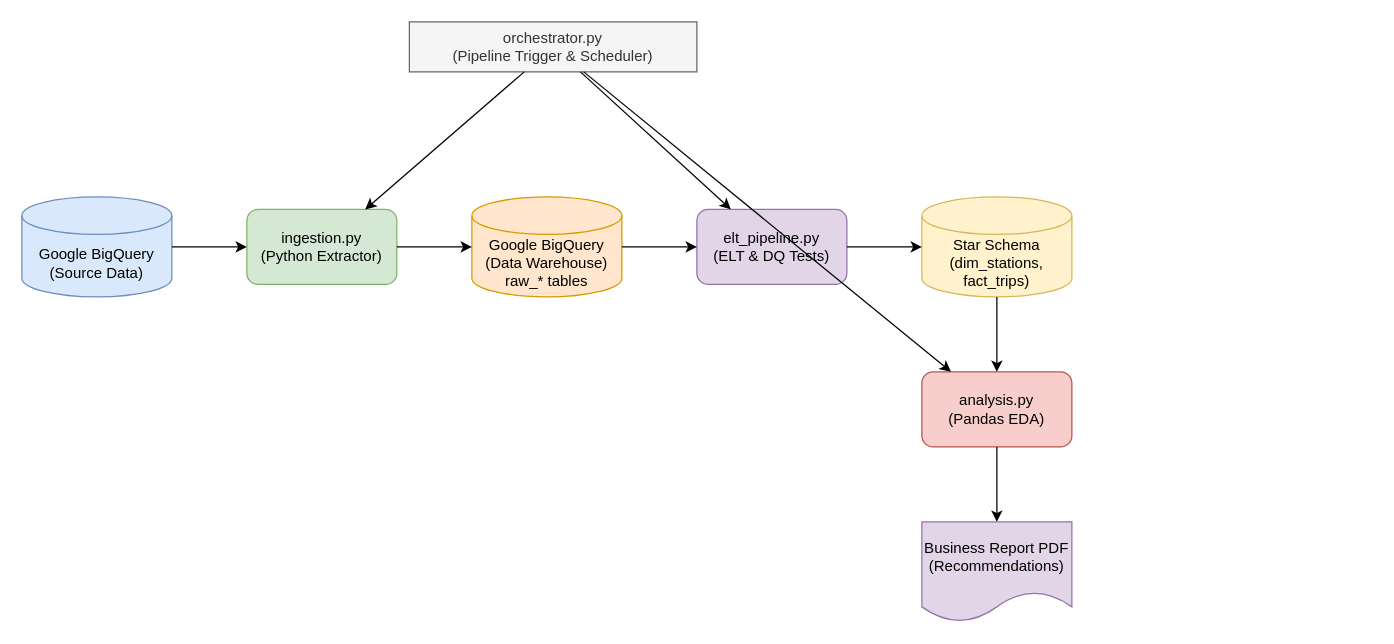
Above: pipeline_architecture.drawio in hengds2f/london_bicycles_pipeline (draw.io), before the change. Source tidied: cells renumbered, new cells numbered last; positions are measured from the earlier drawing's top-left corner, leaving out a move shared by most shapes. Both pictures are drawn from the tidied source at 125%, with x=0, y=0 at pixel (21, 21).
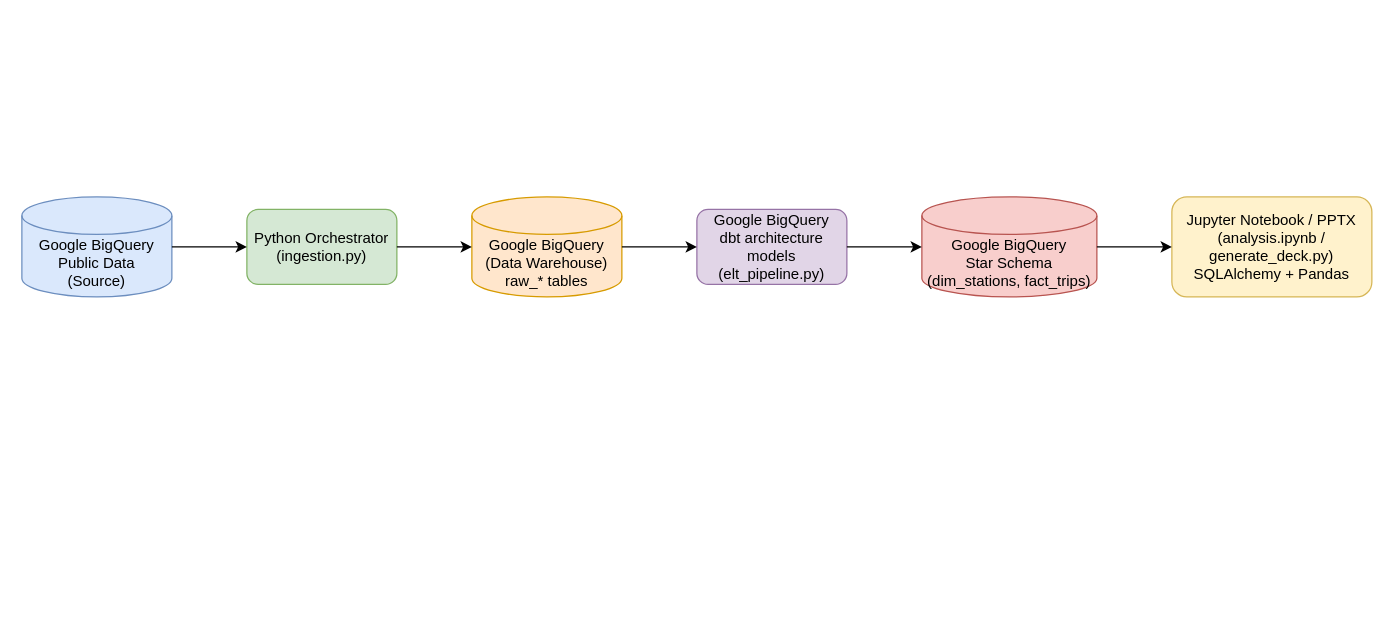
After the change.

Diff of the diagram source:
```diff
@@
 <mxGraphModel>
   <root>
     <mxCell id="0" />
     <mxCell id="1" parent="0" />
-    <mxCell id="2" value="Google BigQuery&#10;(Source Data)" style="shape=cylinder3;whiteSpace=wrap;html=1;boundedLbl=1;backgroundOutline=1;size=15;fillColor=#dae8fc;strokeColor=#6c8ebf;" parent="1" vertex="1">
+    <mxCell id="2" value="Google BigQuery&#10;Public Data&#10;(Source)" style="shape=cylinder3;whiteSpace=wrap;html=1;boundedLbl=1;backgroundOutline=1;size=15;fillColor=#dae8fc;strokeColor=#6c8ebf;" parent="1" vertex="1">
       <mxGeometry y="140" width="120" height="80" as="geometry" />
     </mxCell>
-    <mxCell id="3" value="ingestion.py&#10;(Python Extractor)" style="rounded=1;whiteSpace=wrap;html=1;fillColor=#d5e8d4;strokeColor=#82b366;" parent="1" vertex="1">
+    <mxCell id="3" value="Python Orchestrator&#10;(ingestion.py)" style="rounded=1;whiteSpace=wrap;html=1;fillColor=#d5e8d4;strokeColor=#82b366;" parent="1" vertex="1">
       <mxGeometry x="180" y="150" width="120" height="60" as="geometry" />
     </mxCell>
     <mxCell id="4" value="Google BigQuery&#10;(Data Warehouse)&#10;raw_* tables" style="shape=cylinder3;whiteSpace=wrap;html=1;boundedLbl=1;backgroundOutline=1;size=15;fillColor=#ffe6cc;strokeColor=#d79b00;" parent="1" vertex="1">
       <mxGeometry x="360" y="140" width="120" height="80" as="geometry" />
     </mxCell>
-    <mxCell id="5" value="elt_pipeline.py&#10;(ELT &amp; DQ Tests)" style="rounded=1;whiteSpace=wrap;html=1;fillColor=#e1d5e7;strokeColor=#9673a6;" parent="1" vertex="1">
+    <mxCell id="5" value="Google BigQuery&#10;dbt architecture models&#10;(elt_pipeline.py)" style="rounded=1;whiteSpace=wrap;html=1;fillColor=#e1d5e7;strokeColor=#9673a6;" parent="1" vertex="1">
       <mxGeometry x="540" y="150" width="120" height="60" as="geometry" />
     </mxCell>
-    <mxCell id="6" value="Star Schema&#10;(dim_stations, fact_trips)" style="shape=cylinder3;whiteSpace=wrap;html=1;boundedLbl=1;backgroundOutline=1;size=15;fillColor=#fff2cc;strokeColor=#d6b656;" parent="1" vertex="1">
-      <mxGeometry x="720" y="140" width="120" height="80" as="geometry" />
+    <mxCell id="6" value="Google BigQuery&#10;Star Schema&#10;(dim_stations, fact_trips)" style="shape=cylinder3;whiteSpace=wrap;html=1;boundedLbl=1;backgroundOutline=1;size=15;fillColor=#f8cecc;strokeColor=#b85450;" parent="1" vertex="1">
+      <mxGeometry x="720" y="140" width="140" height="80" as="geometry" />
     </mxCell>
-    <mxCell id="7" value="analysis.py&#10;(Pandas EDA)" style="rounded=1;whiteSpace=wrap;html=1;fillColor=#f8cecc;strokeColor=#b85450;" parent="1" vertex="1">
-      <mxGeometry x="720" y="280" width="120" height="60" as="geometry" />
+    <mxCell id="7" value="Jupyter Notebook / PPTX&#10;(analysis.ipynb / generate_deck.py)&#10;SQLAlchemy + Pandas" style="rounded=1;whiteSpace=wrap;html=1;fillColor=#fff2cc;strokeColor=#d6b656;" parent="1" vertex="1">
+      <mxGeometry x="920" y="140" width="160" height="80" as="geometry" />
     </mxCell>
-    <mxCell id="8" value="orchestrator.py&#10;(Pipeline Trigger &amp; Scheduler)" style="rounded=0;whiteSpace=wrap;html=1;fillColor=#f5f5f5;fontColor=#333333;strokeColor=#666666;" parent="1" vertex="1">
-      <mxGeometry x="310" width="230" height="40" as="geometry" />
-    </mxCell>
-    <mxCell id="9" value="Business Report PDF&#10;(Recommendations)" style="shape=document;whiteSpace=wrap;html=1;boundedLbl=1;fillColor=#e1d5e7;strokeColor=#9673a6;" parent="1" vertex="1">
-      <mxGeometry x="720" y="400" width="120" height="80" as="geometry" />
-    </mxCell>
-    <mxCell id="10" parent="1" edge="1" source="2" target="3">
+    <mxCell id="10" style="edgeStyle=orthogonalEdgeStyle;rounded=0;jettySize=auto;html=1;entryX=0;entryY=0.5;entryDx=0;entryDy=0;" parent="1" edge="1" source="2" target="3">
       <mxGeometry relative="1" as="geometry" />
     </mxCell>
-    <mxCell id="11" parent="1" edge="1" source="3" target="4">
+    <mxCell id="11" style="edgeStyle=orthogonalEdgeStyle;rounded=0;jettySize=auto;html=1;entryX=0;entryY=0.5;entryDx=0;entryDy=0;" parent="1" edge="1" source="3" target="4">
       <mxGeometry relative="1" as="geometry" />
     </mxCell>
-    <mxCell id="12" parent="1" edge="1" source="4" target="5">
+    <mxCell id="12" style="edgeStyle=orthogonalEdgeStyle;rounded=0;jettySize=auto;html=1;entryX=0;entryY=0.5;entryDx=0;entryDy=0;" parent="1" edge="1" source="4" target="5">
       <mxGeometry relative="1" as="geometry" />
     </mxCell>
-    <mxCell id="13" parent="1" edge="1" source="5" target="6">
+    <mxCell id="13" style="edgeStyle=orthogonalEdgeStyle;rounded=0;jettySize=auto;html=1;entryX=0;entryY=0.5;entryDx=0;entryDy=0;entryPerimeter=0;" parent="1" edge="1" source="5" target="6">
       <mxGeometry relative="1" as="geometry" />
     </mxCell>
-    <mxCell id="14" parent="1" edge="1" source="6" target="7">
+    <mxCell id="14" style="edgeStyle=orthogonalEdgeStyle;rounded=0;jettySize=auto;html=1;entryX=0;entryY=0.5;entryDx=0;entryDy=0;" parent="1" edge="1" source="6" target="7">
       <mxGeometry relative="1" as="geometry" />
     </mxCell>
-    <mxCell id="15" parent="1" edge="1" source="7" target="9">
-      <mxGeometry relative="1" as="geometry" />
-    </mxCell>
-    <mxCell id="16" parent="1" edge="1" source="8" target="3">
-      <mxGeometry relative="1" as="geometry" />
-    </mxCell>
-    <mxCell id="17" parent="1" edge="1" source="8" target="5">
-      <mxGeometry relative="1" as="geometry" />
-    </mxCell>
-    <mxCell id="18" parent="1" edge="1" source="8" target="7">
-      <mxGeometry relative="1" as="geometry" />
-    </mxCell>
   </root>
 </mxGraphModel>
```
